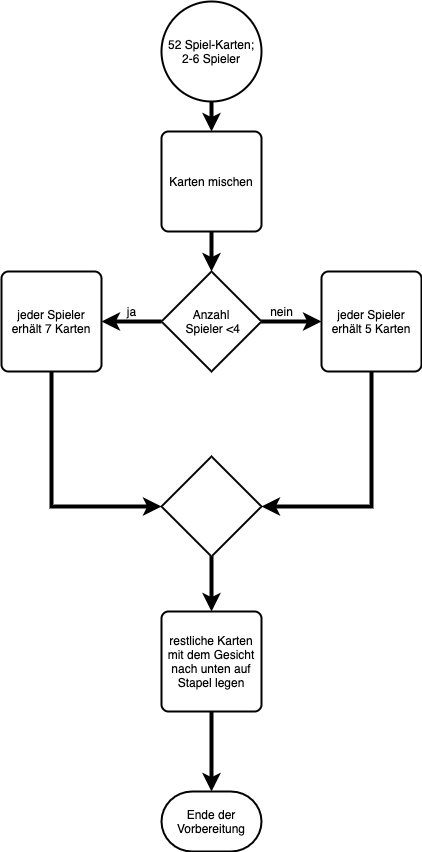
Above: documentation/spielstart.drawio.png in larsgilles/goFish (draw.io), before the change. Source tidied: cells renumbered, new cells last; positions are measured from the earlier drawing's top-left corner, leaving out a move shared by most shapes.
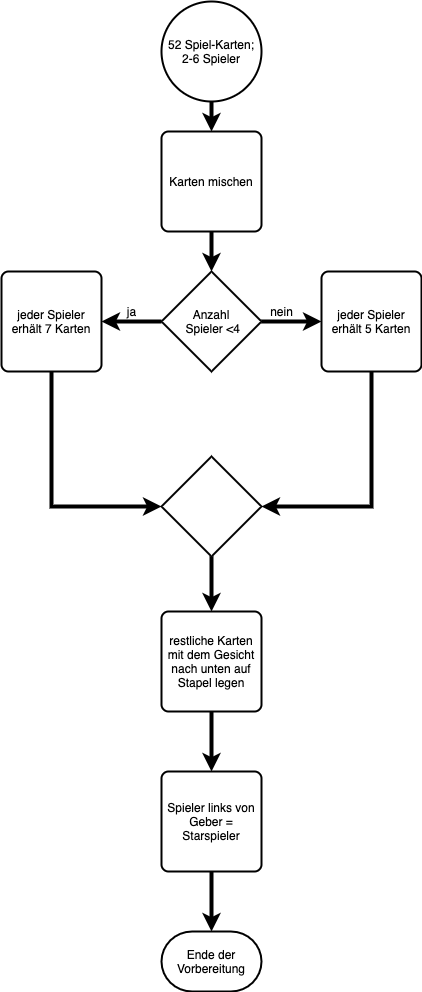
After the commit.

Commit message:
Spielablauf goFish

The edit, as a diff of the source:
```diff
@@ -60,14 +60,20 @@
     <mxCell id="16" style="strokeWidth=2;html=1;shape=mxgraph.flowchart.decision;whiteSpace=wrap;" parent="1" vertex="1">
       <mxGeometry x="160" y="455" width="100" height="100" as="geometry" />
     </mxCell>
-    <mxCell id="17" style="edgeStyle=orthogonalEdgeStyle;rounded=0;jettySize=auto;html=1;strokeWidth=4;" parent="1" edge="1" source="18" target="19">
-      <mxGeometry relative="1" as="geometry" />
-    </mxCell>
+    <mxCell id="20" style="edgeStyle=orthogonalEdgeStyle;rounded=0;jettySize=auto;html=1;strokeWidth=4;" parent="1" edge="1" source="18" target="22">
+      <mxGeometry relative="1" as="geometry" />
+    </mxCell>
     <mxCell id="18" value="restliche Karten mit dem Gesicht nach unten auf Stapel legen" style="rounded=1;whiteSpace=wrap;html=1;absoluteArcSize=1;arcSize=14;strokeWidth=2;" parent="1" vertex="1">
       <mxGeometry x="160" y="610" width="100" height="100" as="geometry" />
     </mxCell>
     <mxCell id="19" value="Ende der Vorbereitung" style="strokeWidth=2;html=1;shape=mxgraph.flowchart.terminator;whiteSpace=wrap;" parent="1" vertex="1">
-      <mxGeometry x="160" y="790" width="100" height="60" as="geometry" />
+      <mxGeometry x="160" y="930" width="100" height="60" as="geometry" />
     </mxCell>
+    <mxCell id="21" style="edgeStyle=orthogonalEdgeStyle;rounded=0;jettySize=auto;html=1;strokeWidth=4;" parent="1" edge="1" source="22" target="19">
+      <mxGeometry relative="1" as="geometry" />
+    </mxCell>
+    <mxCell id="22" value="Spieler links von Geber = Starspieler" style="rounded=1;whiteSpace=wrap;html=1;absoluteArcSize=1;arcSize=14;strokeWidth=2;" parent="1" vertex="1">
+      <mxGeometry x="160" y="770" width="100" height="100" as="geometry" />
+    </mxCell>
   </root>
 </mxGraphModel>
```
